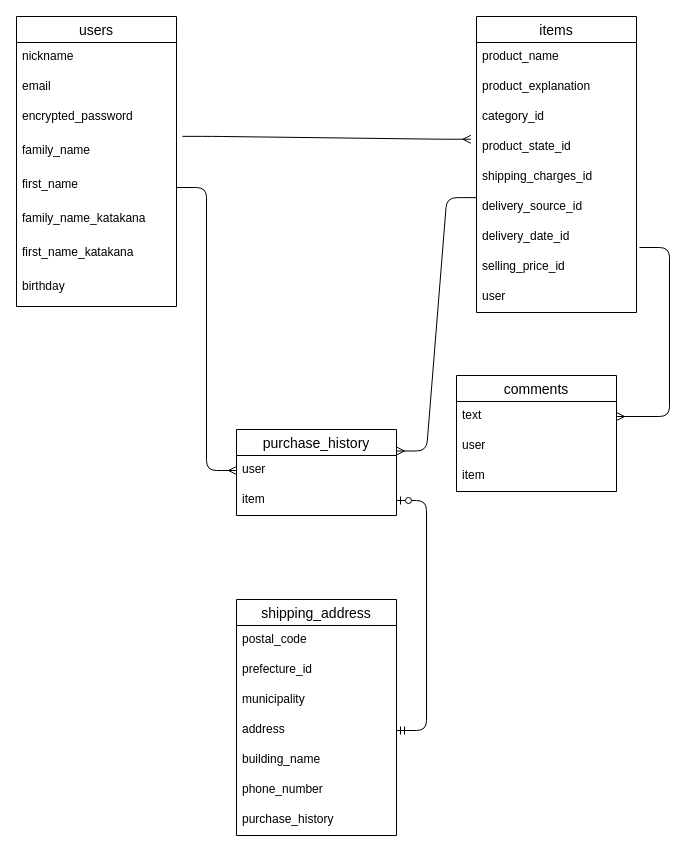
Earlier version of the draw.io diagram test.dio (kuniterukbo/furima-32573). Source tidied: cells renumbered, new cells numbered last; positions are measured from the earlier drawing's top-left corner, leaving out a move shared by most shapes. Both pictures are drawn from the tidied source at 100%, with x=0, y=0 at pixel (16, 16).
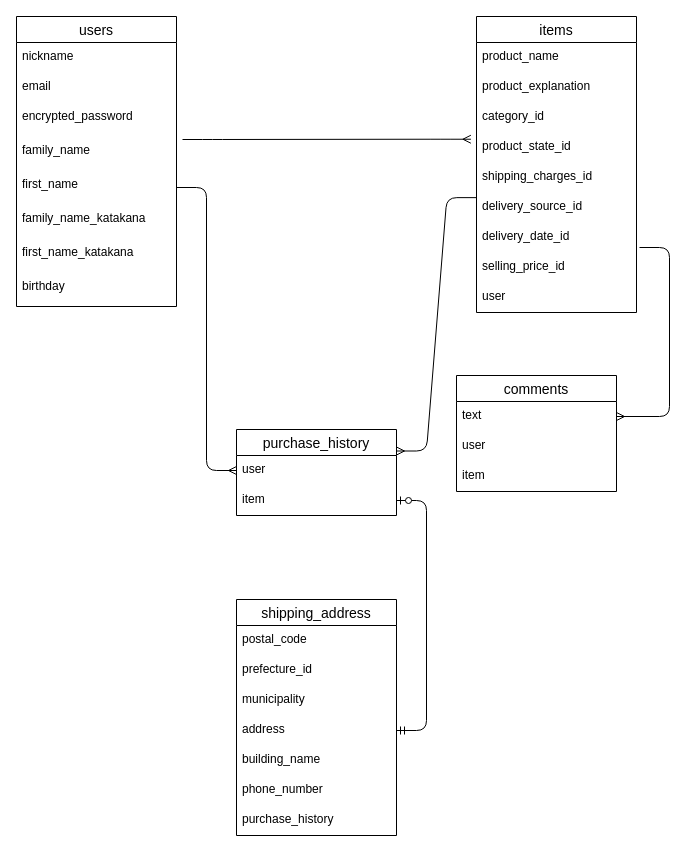
Above is the later version.

The change refers to these unchanged cells:
```xml
<mxCell id="6" value="family_name " style="text;strokeColor=none;fillColor=none;spacingLeft=4;spacingRight=4;overflow=hidden;points=[[0,0.5],[1,0.5]];portConstraint=eastwest;fontSize=12;" parent="2" vertex="1">
  <mxGeometry y="120" width="160" height="34" as="geometry" />
</mxCell>
<mxCell id="15" value="product_state_id" style="text;strokeColor=none;fillColor=none;spacingLeft=4;spacingRight=4;overflow=hidden;points=[[0,0.5],[1,0.5]];portConstraint=eastwest;fontSize=12;" parent="11" vertex="1">
  <mxGeometry y="116" width="160" height="30" as="geometry" />
</mxCell>
```

The edit, as a diff of the source:
```diff
@@
-    <mxCell id="40" style="edgeStyle=entityRelationEdgeStyle;fontSize=12;html=1;endArrow=ERmany;exitX=1.037;exitY=-0.004;exitDx=0;exitDy=0;exitPerimeter=0;entryX=-0.035;entryY=0.224;entryDx=0;entryDy=0;entryPerimeter=0;" parent="1" edge="1" source="6" target="15">
-      <mxGeometry relative="1" as="geometry" />
+    <mxCell id="40" style="edgeStyle=entityRelationEdgeStyle;fontSize=12;html=1;endArrow=ERmany;entryX=-0.035;entryY=0.224;entryDx=0;entryDy=0;entryPerimeter=0;" parent="1" edge="1" target="15">
+      <mxGeometry relative="1" as="geometry">
+        <mxPoint x="166" y="123" as="sourcePoint" />
+      </mxGeometry>
     </mxCell>
```
